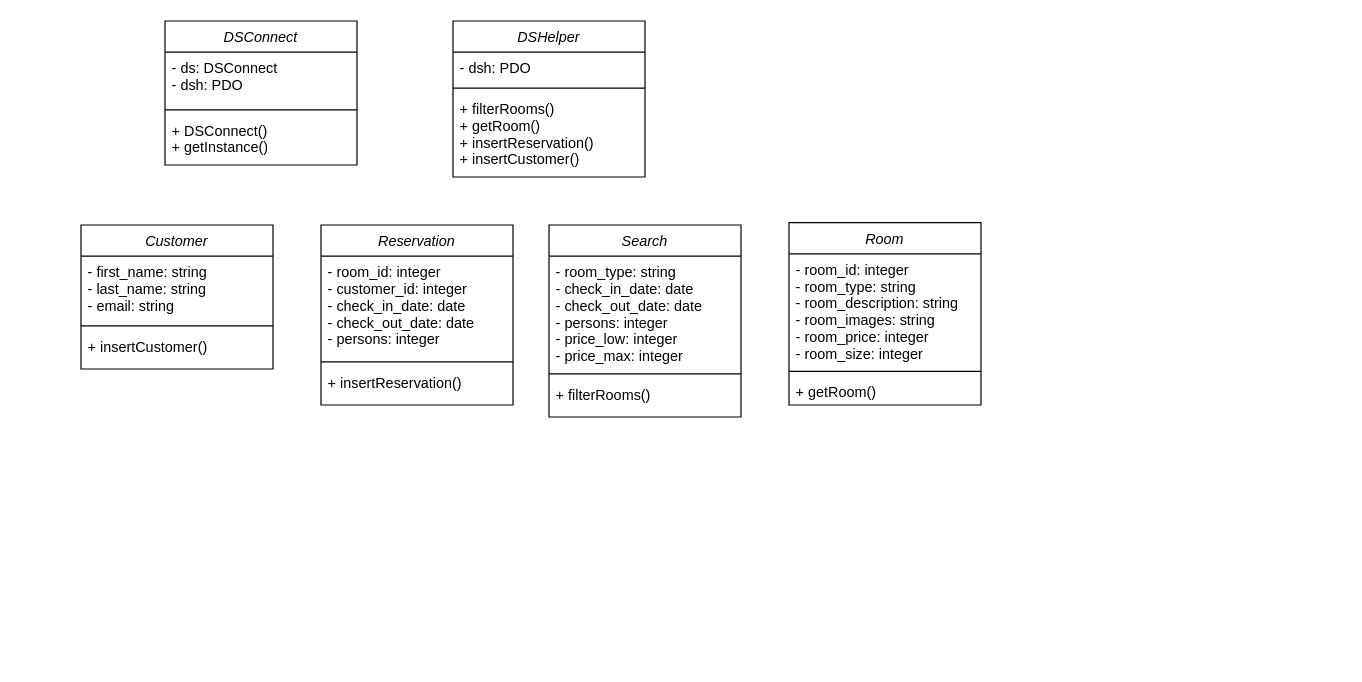
redfiretim/Hotel_Admin_API keeps this draw.io diagram as uml/hotel_educom.drawio. Above is the earlier version. Source tidied: cells renumbered, new cells numbered last; positions are measured from the earlier drawing's top-left corner, leaving out a move shared by most shapes. Both pictures are drawn from the tidied source at 120%, with x=0, y=0 at pixel (80, 20).
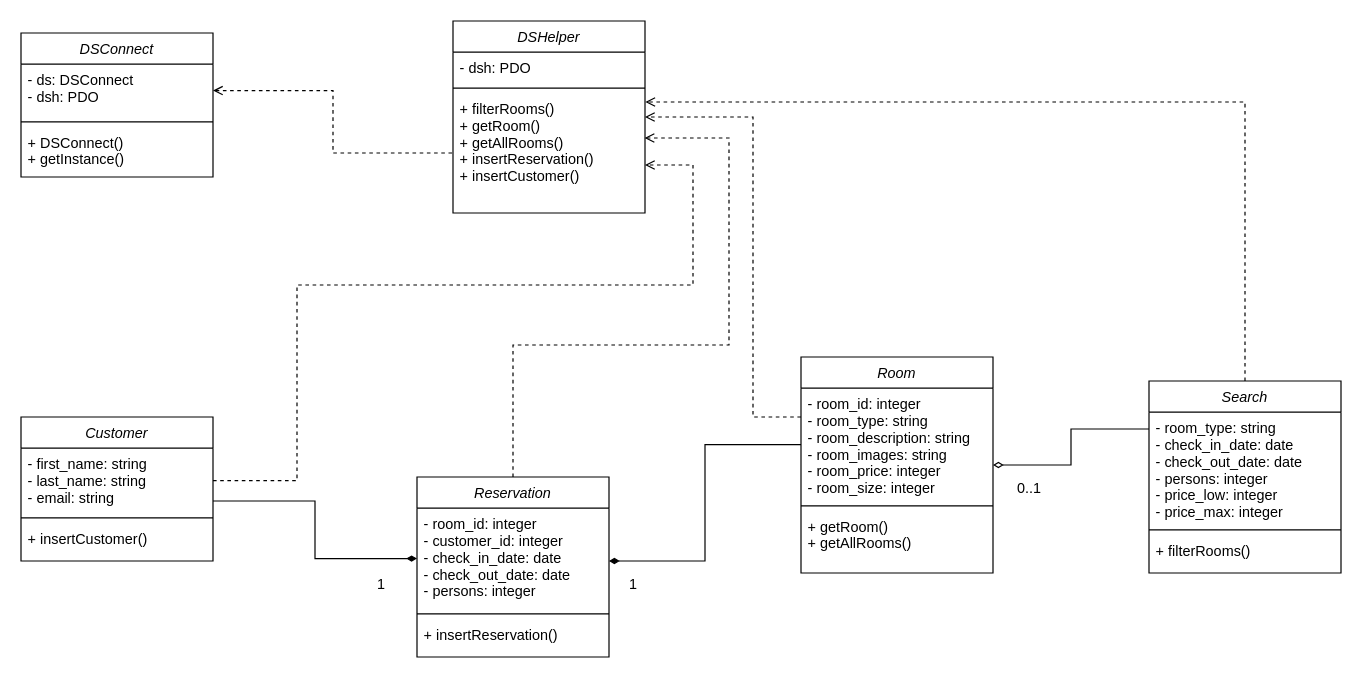
The same page after the edit.

Commit message:
uml added showAll() and arrows

The change refers to these unchanged cells:
```xml
<mxCell id="7" value="- ds: DSConnect&#10;- dsh: PDO" style="text;align=left;verticalAlign=top;spacingLeft=4;spacingRight=4;overflow=hidden;points=[[0,0.5],[1,0.5]];portConstraint=eastwest;" parent="6" vertex="1">
  <mxGeometry y="26" width="160" height="44" as="geometry" />
</mxCell>
<mxCell id="11" value="- first_name: string&#10;- last_name: string&#10;- email: string" style="text;align=left;verticalAlign=top;spacingLeft=4;spacingRight=4;overflow=hidden;points=[[0,0.5],[1,0.5]];portConstraint=eastwest;" parent="10" vertex="1">
  <mxGeometry y="26" width="160" height="54" as="geometry" />
</mxCell>
<mxCell id="15" value="- room_id: integer&#10;- room_type: string&#10;- room_description: string&#10;- room_images: string&#10;- room_price: integer&#10;- room_size: integer" style="text;align=left;verticalAlign=top;spacingLeft=4;spacingRight=4;overflow=hidden;points=[[0,0.5],[1,0.5]];portConstraint=eastwest;" parent="14" vertex="1">
  <mxGeometry y="26" width="160" height="94" as="geometry" />
</mxCell>
<mxCell id="19" value="- room_id: integer&#10;- customer_id: integer&#10;- check_in_date: date&#10;- check_out_date: date&#10;- persons: integer" style="text;align=left;verticalAlign=top;spacingLeft=4;spacingRight=4;overflow=hidden;points=[[0,0.5],[1,0.5]];portConstraint=eastwest;" parent="18" vertex="1">
  <mxGeometry y="26" width="160" height="84" as="geometry" />
</mxCell>
<mxCell id="23" value="- room_type: string&#10;- check_in_date: date&#10;- check_out_date: date&#10;- persons: integer&#10;- price_low: integer&#10;- price_max: integer" style="text;align=left;verticalAlign=top;spacingLeft=4;spacingRight=4;overflow=hidden;points=[[0,0.5],[1,0.5]];portConstraint=eastwest;" parent="22" vertex="1">
  <mxGeometry y="26" width="160" height="94" as="geometry" />
</mxCell>
```

Diff of the diagram source:
```diff
@@
     <mxCell id="2" value="DSHelper" style="swimlane;fontStyle=2;align=center;verticalAlign=top;horizontal=1;startSize=26;rounded=0;shadow=0;strokeWidth=1;" parent="1" vertex="1">
-      <mxGeometry x="310" width="160" height="130" as="geometry" />
+      <mxGeometry x="310" width="160" height="160" as="geometry" />
     </mxCell>
@@
-    <mxCell id="5" value="+ filterRooms()&#10;+ getRoom()&#10;+ insertReservation()&#10;+ insertCustomer()" style="text;align=left;verticalAlign=top;spacingLeft=4;spacingRight=4;overflow=hidden;points=[[0,0.5],[1,0.5]];portConstraint=eastwest;" parent="2" vertex="1">
-      <mxGeometry y="60" width="160" height="70" as="geometry" />
+    <mxCell id="5" value="+ filterRooms()&#10;+ getRoom()&#10;+ getAllRooms()&#10;+ insertReservation()&#10;+ insertCustomer()" style="text;align=left;verticalAlign=top;spacingLeft=4;spacingRight=4;overflow=hidden;points=[[0,0.5],[1,0.5]];portConstraint=eastwest;" parent="2" vertex="1">
+      <mxGeometry y="60" width="160" height="100" as="geometry" />
     </mxCell>
     <mxCell id="6" value="DSConnect" style="swimlane;fontStyle=2;align=center;verticalAlign=top;horizontal=1;startSize=26;rounded=0;shadow=0;strokeWidth=1;" parent="1" vertex="1">
-      <mxGeometry x="70" width="160" height="120" as="geometry" />
+      <mxGeometry x="-50" y="10" width="160" height="120" as="geometry" />
     </mxCell>
@@
     <mxCell id="10" value="Customer" style="swimlane;fontStyle=2;align=center;verticalAlign=top;horizontal=1;startSize=26;rounded=0;shadow=0;strokeWidth=1;" parent="1" vertex="1">
-      <mxGeometry y="170" width="160" height="120" as="geometry" />
+      <mxGeometry x="-50" y="330" width="160" height="120" as="geometry" />
     </mxCell>
@@
+    <mxCell id="26" style="edgeStyle=orthogonalEdgeStyle;rounded=0;jettySize=auto;html=1;endArrow=open;endFill=0;startArrow=none;startFill=0;dashed=1;" parent="1" edge="1" source="14" target="5">
+      <mxGeometry relative="1" as="geometry">
+        <Array as="points">
+          <mxPoint x="560" y="330" />
+          <mxPoint x="560" y="80" />
+        </Array>
+      </mxGeometry>
+    </mxCell>
+    <mxCell id="27" style="edgeStyle=orthogonalEdgeStyle;rounded=0;jettySize=auto;html=1;startArrow=diamondThin;startFill=0;endArrow=none;endFill=0;" parent="1" edge="1" source="14" target="23">
+      <mxGeometry relative="1" as="geometry">
+        <Array as="points">
+          <mxPoint x="825" y="370" />
+          <mxPoint x="825" y="340" />
+        </Array>
+      </mxGeometry>
+    </mxCell>
     <mxCell id="14" value="Room" style="swimlane;fontStyle=2;align=center;verticalAlign=top;horizontal=1;startSize=26;rounded=0;shadow=0;strokeWidth=1;" parent="1" vertex="1">
-      <mxGeometry x="590" y="168" width="160" height="152" as="geometry" />
+      <mxGeometry x="600" y="280" width="160" height="180" as="geometry" />
     </mxCell>
@@
-    <mxCell id="17" value="+ getRoom()" style="text;align=left;verticalAlign=top;spacingLeft=4;spacingRight=4;overflow=hidden;" parent="14" vertex="1">
-      <mxGeometry y="128" width="160" height="22" as="geometry" />
+    <mxCell id="17" value="+ getRoom()&#10;+ getAllRooms()" style="text;align=left;verticalAlign=top;spacingLeft=4;spacingRight=4;overflow=hidden;" parent="14" vertex="1">
+      <mxGeometry y="128" width="160" height="52" as="geometry" />
     </mxCell>
+    <mxCell id="28" style="edgeStyle=orthogonalEdgeStyle;rounded=0;jettySize=auto;html=1;startArrow=diamondThin;startFill=1;endArrow=none;endFill=0;" parent="1" edge="1" source="18" target="15">
+      <mxGeometry relative="1" as="geometry">
+        <Array as="points">
+          <mxPoint x="520" y="450" />
+          <mxPoint x="520" y="353" />
+        </Array>
+      </mxGeometry>
+    </mxCell>
+    <mxCell id="29" style="edgeStyle=orthogonalEdgeStyle;rounded=0;jettySize=auto;html=1;entryX=0.998;entryY=0.375;entryDx=0;entryDy=0;entryPerimeter=0;startArrow=none;startFill=0;endArrow=open;endFill=0;dashed=1;" parent="1" edge="1" source="18" target="5">
+      <mxGeometry relative="1" as="geometry">
+        <Array as="points">
+          <mxPoint x="360" y="270" />
+          <mxPoint x="540" y="270" />
+          <mxPoint x="540" y="98" />
+        </Array>
+      </mxGeometry>
+    </mxCell>
     <mxCell id="18" value="Reservation&#10;" style="swimlane;fontStyle=2;align=center;verticalAlign=top;horizontal=1;startSize=26;rounded=0;shadow=0;strokeWidth=1;" parent="1" vertex="1">
-      <mxGeometry x="200" y="170" width="160" height="150" as="geometry" />
+      <mxGeometry x="280" y="380" width="160" height="150" as="geometry" />
     </mxCell>
@@
+    <mxCell id="30" style="edgeStyle=orthogonalEdgeStyle;rounded=0;jettySize=auto;html=1;entryX=1.002;entryY=0.075;entryDx=0;entryDy=0;entryPerimeter=0;startArrow=none;startFill=0;endArrow=open;endFill=0;dashed=1;" parent="1" edge="1" source="22" target="5">
+      <mxGeometry relative="1" as="geometry">
+        <Array as="points">
+          <mxPoint x="970" y="67" />
+        </Array>
+      </mxGeometry>
+    </mxCell>
     <mxCell id="22" value="Search" style="swimlane;fontStyle=2;align=center;verticalAlign=top;horizontal=1;startSize=26;rounded=0;shadow=0;strokeWidth=1;" parent="1" vertex="1">
-      <mxGeometry x="390" y="170" width="160" height="160" as="geometry" />
+      <mxGeometry x="890" y="300" width="160" height="160" as="geometry" />
     </mxCell>
@@
+    <mxCell id="31" style="edgeStyle=orthogonalEdgeStyle;rounded=0;jettySize=auto;html=1;endArrow=none;endFill=0;startArrow=open;startFill=0;dashed=1;" parent="1" edge="1" source="7" target="5">
+      <mxGeometry relative="1" as="geometry" />
+    </mxCell>
+    <mxCell id="32" style="edgeStyle=orthogonalEdgeStyle;rounded=0;jettySize=auto;html=1;endArrow=diamondThin;endFill=1;" parent="1" edge="1" source="11" target="19">
+      <mxGeometry relative="1" as="geometry">
+        <Array as="points">
+          <mxPoint x="195" y="400" />
+          <mxPoint x="195" y="448" />
+        </Array>
+      </mxGeometry>
+    </mxCell>
+    <mxCell id="33" style="edgeStyle=orthogonalEdgeStyle;rounded=0;jettySize=auto;html=1;startArrow=none;startFill=0;endArrow=open;endFill=0;dashed=1;" parent="1" edge="1" source="11" target="5">
+      <mxGeometry relative="1" as="geometry">
+        <Array as="points">
+          <mxPoint x="180" y="383" />
+          <mxPoint x="180" y="220" />
+          <mxPoint x="510" y="220" />
+          <mxPoint x="510" y="120" />
+        </Array>
+      </mxGeometry>
+    </mxCell>
+    <mxCell id="34" value="1" style="text;html=1;align=center;verticalAlign=middle;" parent="1" vertex="1">
+      <mxGeometry x="450" y="460" width="20" height="20" as="geometry" />
+    </mxCell>
+    <mxCell id="35" value="1" style="text;html=1;align=center;verticalAlign=middle;" parent="1" vertex="1">
+      <mxGeometry x="240" y="460" width="20" height="20" as="geometry" />
+    </mxCell>
+    <mxCell id="36" value="0..1" style="text;html=1;align=center;verticalAlign=middle;" parent="1" vertex="1">
+      <mxGeometry x="770" y="380" width="40" height="20" as="geometry" />
+    </mxCell>
```
